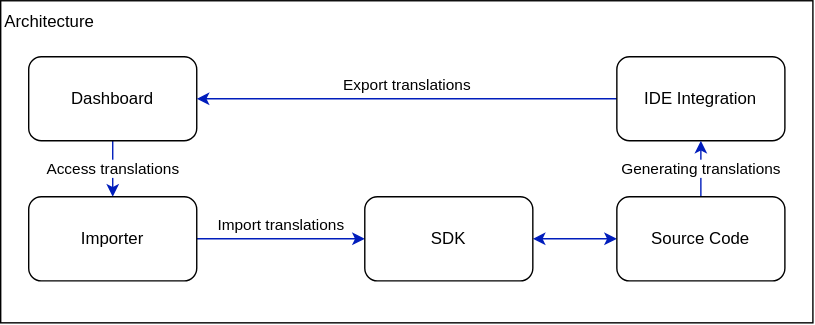
opral/monorepo keeps this draw.io diagram as docs-website/static/img/architecture.svg. Above is the earlier version. Source tidied: cells renumbered, new cells last; positions are measured from the earlier drawing's top-left corner, leaving out a move shared by most shapes.
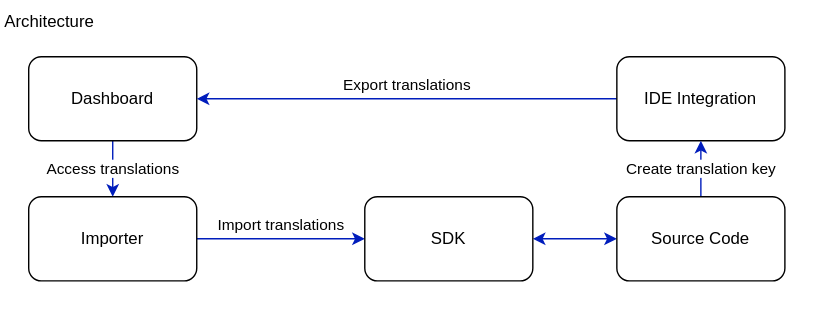
Later version of the same file.

Commit message:
Change wording of architecture and remove border of svg

Diff of the diagram source:
```diff
@@ -2,7 +2,7 @@
   <root>
     <mxCell id="0" />
     <mxCell id="1" parent="0" />
-    <mxCell id="2" style="rounded=0;whiteSpace=wrap;html=1;" parent="1" vertex="1">
+    <mxCell id="2" style="rounded=0;whiteSpace=wrap;html=1;strokeColor=none;" parent="1" vertex="1">
       <mxGeometry width="580" height="230" as="geometry" />
     </mxCell>
     <mxCell id="3" value="Access translations" style="edgeStyle=orthogonalEdgeStyle;rounded=0;jettySize=auto;html=1;fillColor=#0050ef;strokeColor=#001DBC;" parent="1" edge="1" source="4" target="9">
@@ -39,7 +39,7 @@
     <mxCell id="11" value="&lt;a href=&quot;https://docs.inlang.dev/overview/sdk&quot;&gt;SDK&lt;/a&gt;" style="rounded=1;whiteSpace=wrap;html=1;" parent="1" vertex="1">
       <mxGeometry x="260" y="140" width="120" height="60" as="geometry" />
     </mxCell>
-    <mxCell id="12" value="Generating translations" style="edgeStyle=orthogonalEdgeStyle;rounded=0;jettySize=auto;html=1;startArrow=none;startFill=0;fillColor=#0050ef;strokeColor=#001DBC;" parent="1" edge="1" source="13" target="7">
+    <mxCell id="12" value="Create translation key" style="edgeStyle=orthogonalEdgeStyle;rounded=0;jettySize=auto;html=1;startArrow=none;startFill=0;fillColor=#0050ef;strokeColor=#001DBC;" parent="1" edge="1" source="13" target="7">
       <mxGeometry relative="1" as="geometry" />
     </mxCell>
     <mxCell id="13" value="Source Code" style="rounded=1;whiteSpace=wrap;html=1;" parent="1" vertex="1">
```
